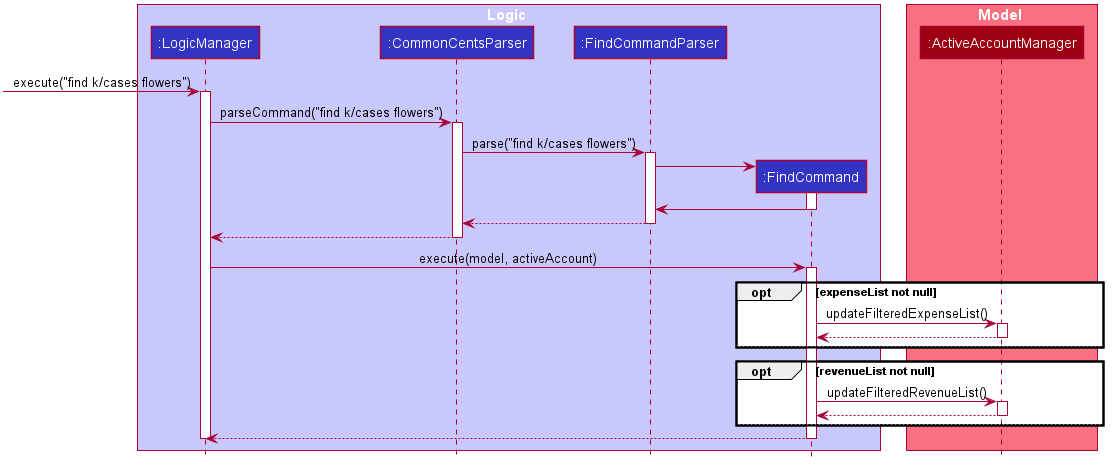
Earlier version of the PlantUML export docs/images/FindSequenceDiagram.png (nus-cs2103-AY2021S1/tp).
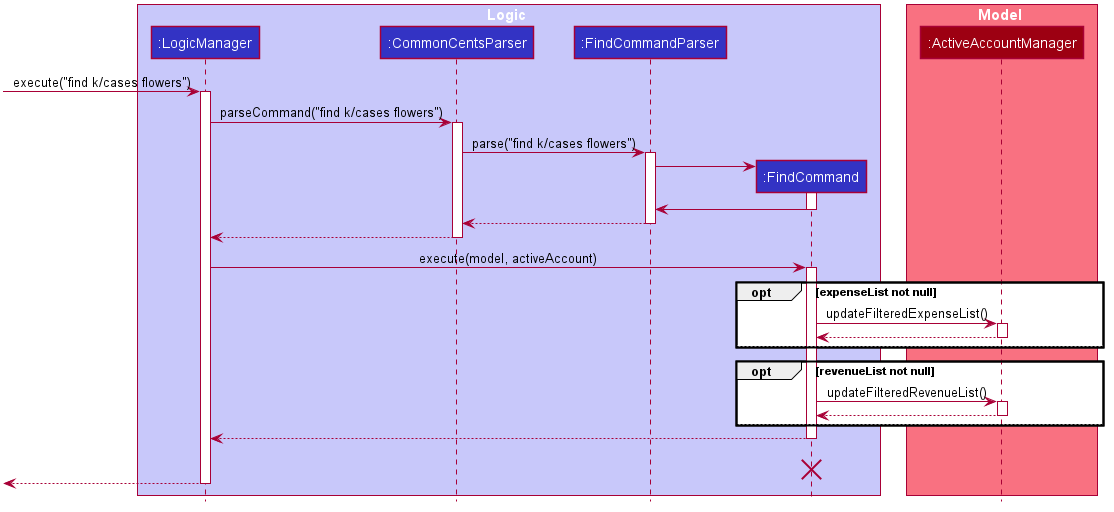
After the commit.

Commit message:
Update sequence diagram

The edit, as a diff of the source:
```diff
@@ -104,6 +104,9 @@
 end
 FindCommand --> LogicManager
 deactivate FindCommand
+FindCommand -[hidden]-> LogicManager : result
+destroy FindCommand
 
+[<--LogicManager
 deactivate LogicManager
 @enduml
```
